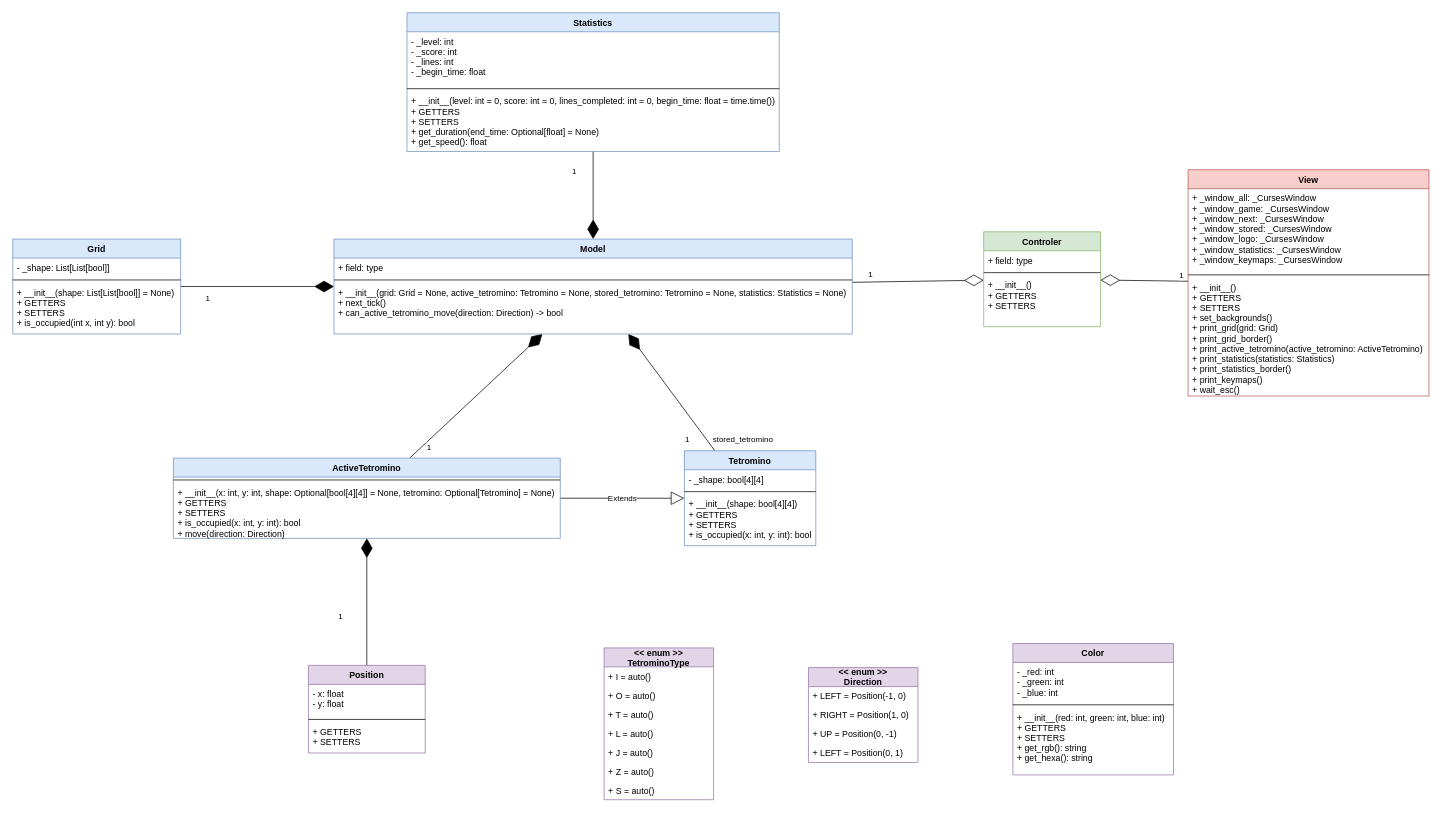
Before: informations/class diagram.drawio in le-chartreux/Tertris, a draw.io diagram. Source tidied: cells renumbered, new cells numbered last; positions are measured from the earlier drawing's top-left corner, leaving out a move shared by most shapes. Both pictures are drawn from the tidied source at 73%, with x=0, y=0 at pixel (12, 12).
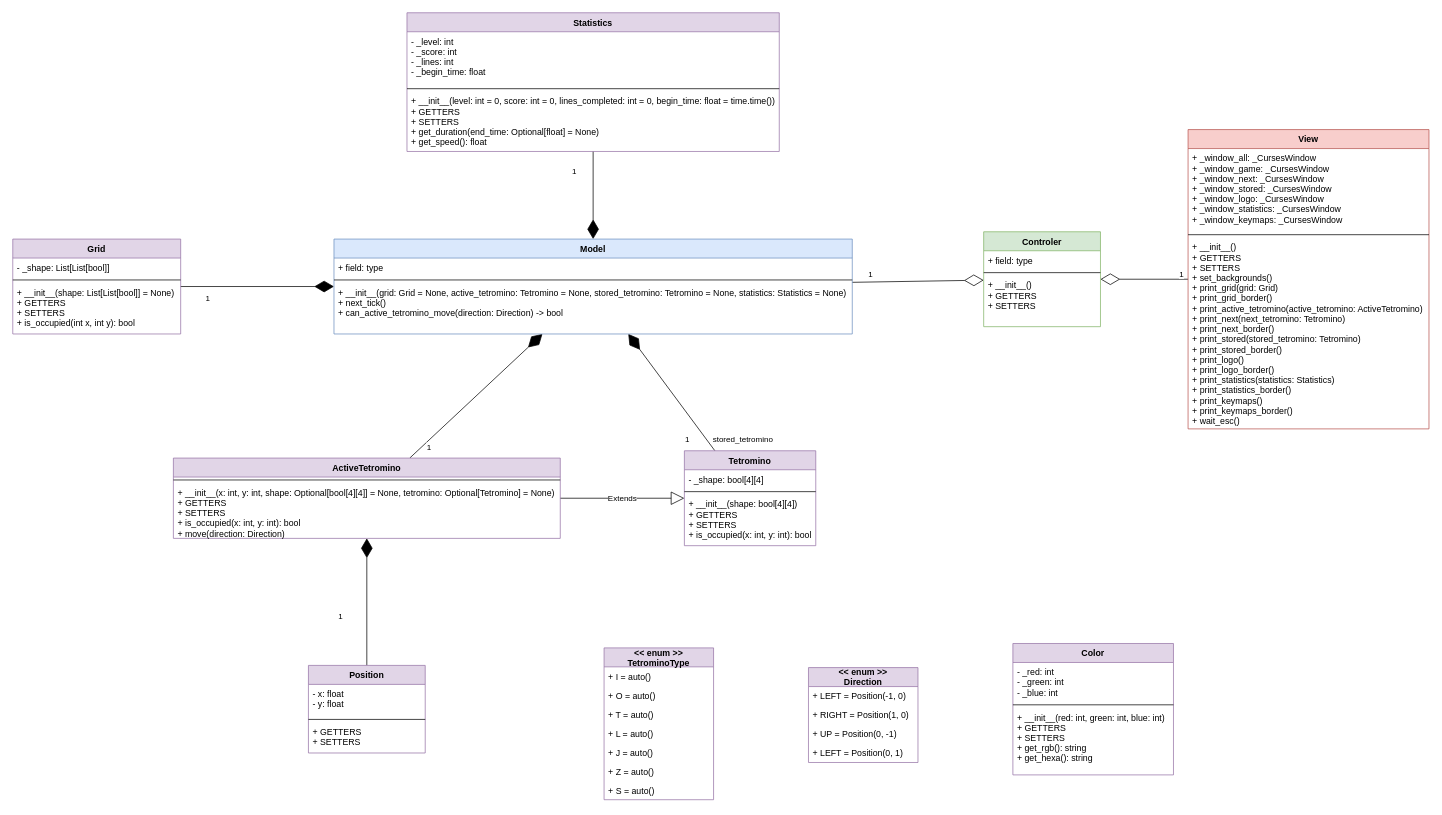
Above is the later version.

The edit, as a diff of the source:
```diff
@@
-    <mxCell id="11" value="Statistics" style="swimlane;fontStyle=1;align=center;verticalAlign=top;horizontal=1;startSize=26;fillColor=#dae8fc;strokeColor=#6c8ebf;" parent="1" vertex="1">
+    <mxCell id="11" value="Statistics" style="swimlane;fontStyle=1;align=center;verticalAlign=top;horizontal=1;startSize=26;fillColor=#e1d5e7;strokeColor=#9673a6;" parent="1" vertex="1">
       <mxGeometry x="540" width="510" height="190" as="geometry" />
     </mxCell>
@@
-    <mxCell id="22" value="Grid" style="swimlane;fontStyle=1;align=center;verticalAlign=top;horizontal=1;startSize=26;fillColor=#dae8fc;strokeColor=#6c8ebf;" parent="1" vertex="1">
+    <mxCell id="22" value="Grid" style="swimlane;fontStyle=1;align=center;verticalAlign=top;horizontal=1;startSize=26;fillColor=#e1d5e7;strokeColor=#9673a6;" parent="1" vertex="1">
       <mxGeometry y="310" width="230" height="130" as="geometry" />
     </mxCell>
@@
-    <mxCell id="26" value="Tetromino" style="swimlane;fontStyle=1;align=center;verticalAlign=top;horizontal=1;startSize=26;fillColor=#dae8fc;strokeColor=#6c8ebf;" parent="1" vertex="1">
+    <mxCell id="26" value="Tetromino" style="swimlane;fontStyle=1;align=center;verticalAlign=top;horizontal=1;startSize=26;fillColor=#e1d5e7;strokeColor=#9673a6;" parent="1" vertex="1">
       <mxGeometry x="920" y="600" width="180" height="130" as="geometry" />
     </mxCell>
@@
-    <mxCell id="30" value="ActiveTetromino" style="swimlane;fontStyle=1;align=center;verticalAlign=top;horizontal=1;startSize=26;fillColor=#dae8fc;strokeColor=#6c8ebf;" parent="1" vertex="1">
+    <mxCell id="30" value="ActiveTetromino" style="swimlane;fontStyle=1;align=center;verticalAlign=top;horizontal=1;startSize=26;fillColor=#e1d5e7;strokeColor=#9673a6;" parent="1" vertex="1">
       <mxGeometry x="220" y="610" width="530" height="110" as="geometry" />
     </mxCell>
@@
     <mxCell id="62" value="View" style="swimlane;fontStyle=1;align=center;verticalAlign=top;horizontal=1;startSize=26;fillColor=#f8cecc;strokeColor=#b85450;" parent="1" vertex="1">
-      <mxGeometry x="1610" y="215" width="330" height="310" as="geometry" />
+      <mxGeometry x="1610" y="160" width="330" height="410" as="geometry" />
     </mxCell>
@@
-    <mxCell id="65" value="+ __init__()&#10;+ GETTERS&#10;+ SETTERS&#10;+ set_backgrounds()&#10;+ print_grid(grid: Grid)&#10;+ print_grid_border()&#10;+ print_active_tetromino(active_tetromino: ActiveTetromino)&#10;+ print_statistics(statistics: Statistics)&#10;+ print_statistics_border()&#10;+ print_keymaps()&#10;+ wait_esc()" style="text;strokeColor=none;fillColor=none;align=left;verticalAlign=top;spacingLeft=4;spacingRight=4;overflow=hidden;" parent="62" vertex="1">
-      <mxGeometry y="148" width="330" height="162" as="geometry" />
+    <mxCell id="65" value="+ __init__()&#10;+ GETTERS&#10;+ SETTERS&#10;+ set_backgrounds()&#10;+ print_grid(grid: Grid)&#10;+ print_grid_border()&#10;+ print_active_tetromino(active_tetromino: ActiveTetromino)&#10;+ print_next(next_tetromino: Tetromino)&#10;+ print_next_border()&#10;+ print_stored(stored_tetromino: Tetromino)&#10;+ print_stored_border()&#10;+ print_logo()&#10;+ print_logo_border()&#10;+ print_statistics(statistics: Statistics)&#10;+ print_statistics_border()&#10;+ print_keymaps()&#10;+ print_keymaps_border()&#10;+ wait_esc()" style="text;strokeColor=none;fillColor=none;align=left;verticalAlign=top;spacingLeft=4;spacingRight=4;overflow=hidden;" parent="62" vertex="1">
+      <mxGeometry y="148" width="330" height="262" as="geometry" />
     </mxCell>
```
